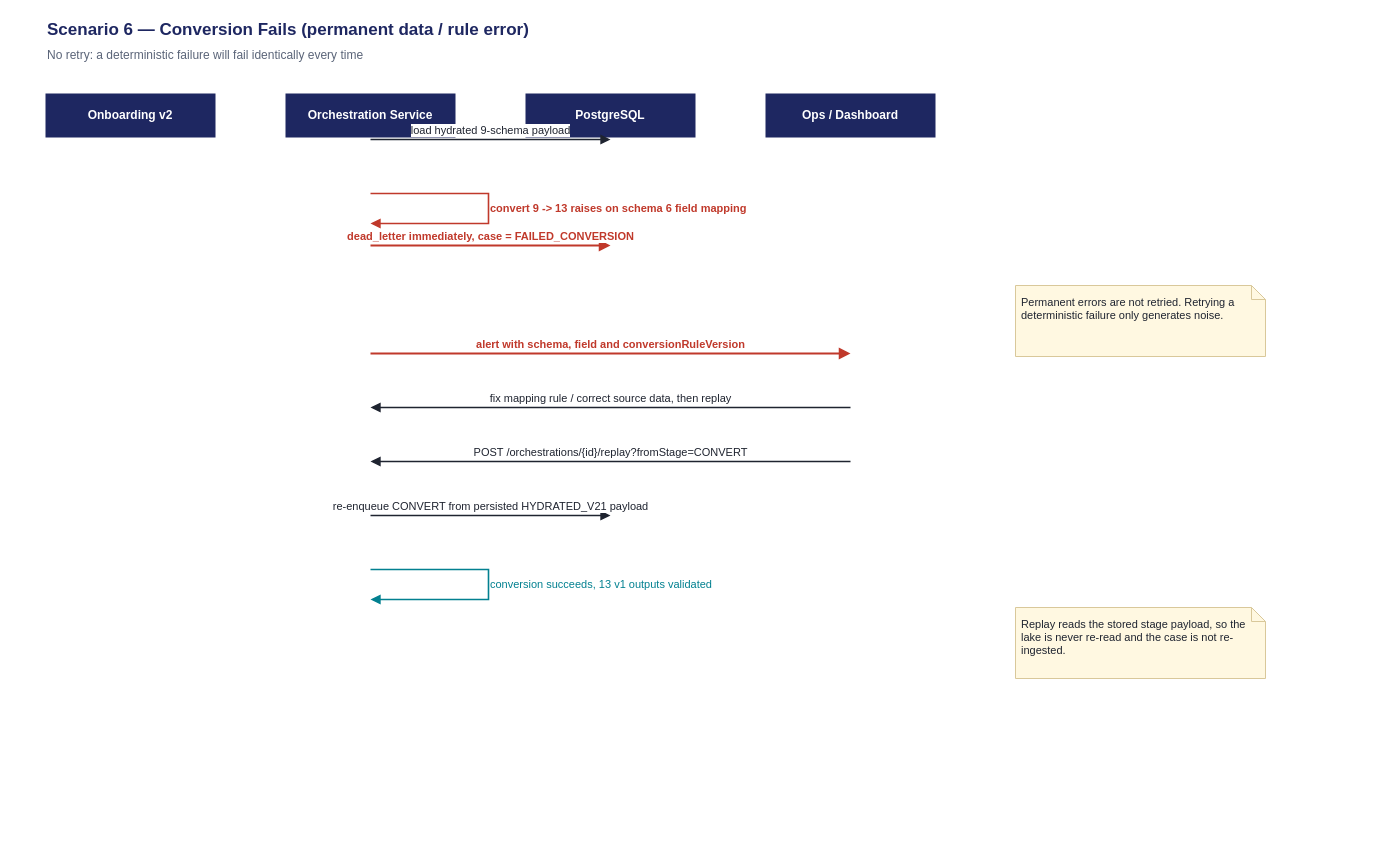
Above: page "6. Conversion failure" (6 of 14) of onboarding-orchestration-scenarios.drawio in raghavarapuprabhat/AIAGents (draw.io), before the change. Source tidied: cells renumbered, new cells numbered last; positions are measured from the earlier drawing's top-left corner, leaving out a move shared by most shapes. Both pictures are drawn from the tidied source at 100%, with x=0, y=0 at pixel (45, 17).
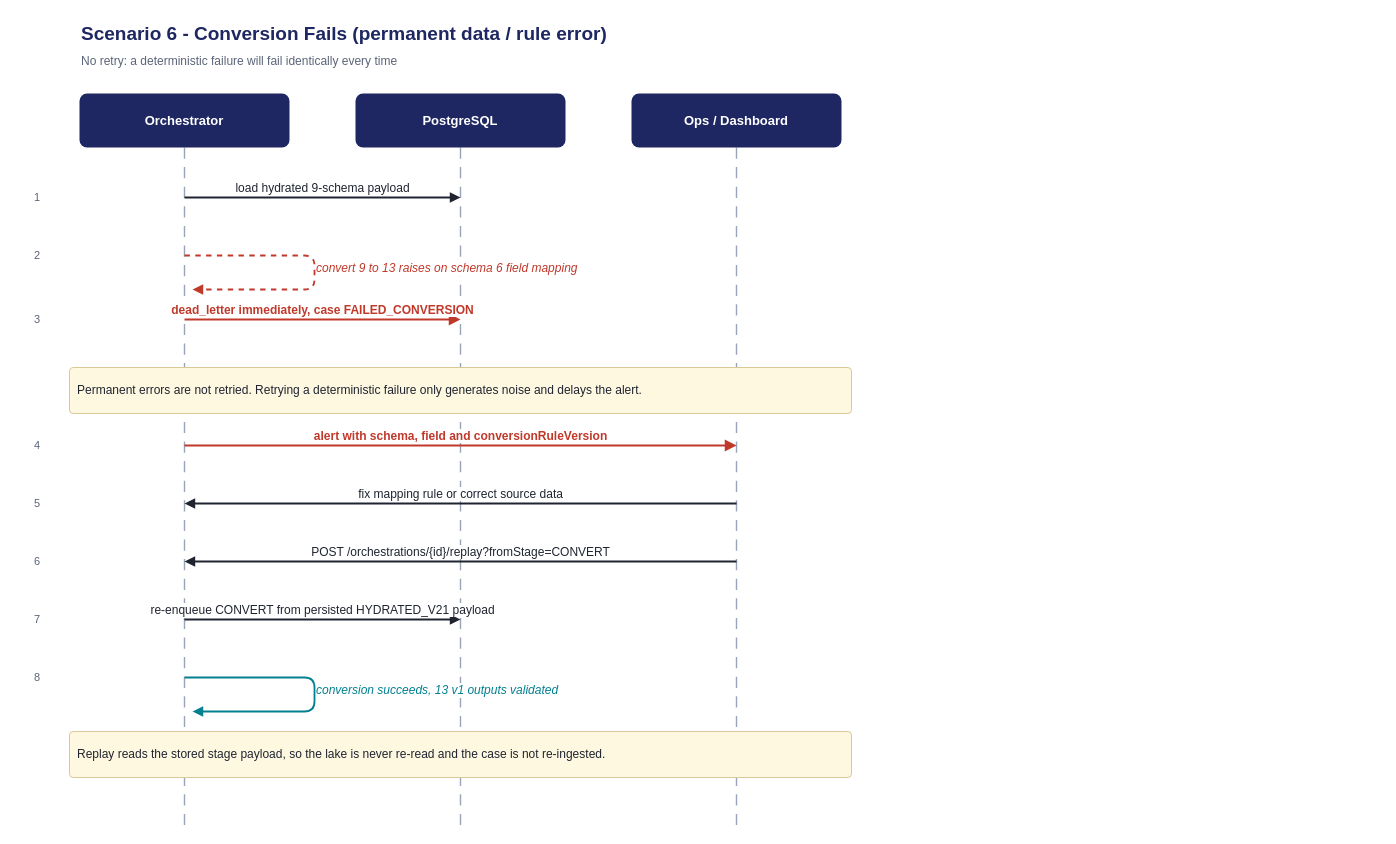
The same page after the edit.

Change to the diagram source:
```diff
@@
-    <mxCell id="2" value="Scenario 6 — Conversion Fails (permanent data / rule error)" style="text;html=1;strokeColor=none;fillColor=none;align=left;verticalAlign=middle;fontSize=17;fontStyle=1;fontColor=#1E2761;" parent="1" vertex="1">
-      <mxGeometry width="900" height="26" as="geometry" />
-    </mxCell>
+    <mxCell id="18" value="Scenario 6 - Conversion Fails (permanent data / rule error)" style="text;html=1;strokeColor=none;fillColor=none;align=left;verticalAlign=middle;fontSize=19;fontStyle=1;fontColor=#1E2761;" parent="1" vertex="1">
+      <mxGeometry x="34" y="4" width="1200" height="26" as="geometry" />
+    </mxCell>
     <mxCell id="3" value="No retry: a deterministic failure will fail identically every time" style="text;html=1;strokeColor=none;fillColor=none;align=left;verticalAlign=middle;fontSize=12;fontColor=#5A6478;" parent="1" vertex="1">
-      <mxGeometry y="28" width="1000" height="20" as="geometry" />
+      <mxGeometry x="34" y="34" width="1300" height="20" as="geometry" />
     </mxCell>
-    <mxCell id="4" value="Onboarding v2" style="shape=umlLifeline;perimeter=lifelinePerimeter;whiteSpace=wrap;html=1;size=44;fillColor=#1E2761;strokeColor=none;fontColor=#ffffff;fontSize=12;fontStyle=1;verticalAlign=middle;align=center;" parent="1" vertex="1">
-      <mxGeometry y="76" width="170" height="612" as="geometry" />
-    </mxCell>
-    <mxCell id="5" value="Orchestration Service" style="shape=umlLifeline;perimeter=lifelinePerimeter;whiteSpace=wrap;html=1;size=44;fillColor=#1E2761;strokeColor=none;fontColor=#ffffff;fontSize=12;fontStyle=1;verticalAlign=middle;align=center;" parent="1" vertex="1">
-      <mxGeometry x="240" y="76" width="170" height="612" as="geometry" />
-    </mxCell>
+    <mxCell id="19" style="endArrow=none;html=1;dashed=1;dashPattern=8 6;strokeWidth=1.4;strokeColor=#9AA4B8;" parent="1" edge="1">
+      <mxGeometry relative="1" as="geometry">
+        <mxPoint x="139" y="130" as="sourcePoint" />
+        <mxPoint x="139" y="808" as="targetPoint" />
+      </mxGeometry>
+    </mxCell>
+    <mxCell id="20" value="Orchestrator" style="rounded=1;arcSize=14;whiteSpace=wrap;html=1;fillColor=#1E2761;strokeColor=none;fontColor=#ffffff;fontSize=13;fontStyle=1;verticalAlign=middle;align=center;" parent="1" vertex="1">
+      <mxGeometry x="34" y="76" width="210" height="54" as="geometry" />
+    </mxCell>
+    <mxCell id="21" style="endArrow=none;html=1;dashed=1;dashPattern=8 6;strokeWidth=1.4;strokeColor=#9AA4B8;" parent="1" edge="1">
+      <mxGeometry relative="1" as="geometry">
+        <mxPoint x="415" y="130" as="sourcePoint" />
+        <mxPoint x="415" y="808" as="targetPoint" />
+      </mxGeometry>
+    </mxCell>
-    <mxCell id="6" value="PostgreSQL" style="shape=umlLifeline;perimeter=lifelinePerimeter;whiteSpace=wrap;html=1;size=44;fillColor=#1E2761;strokeColor=none;fontColor=#ffffff;fontSize=12;fontStyle=1;verticalAlign=middle;align=center;" parent="1" vertex="1">
-      <mxGeometry x="480" y="76" width="170" height="612" as="geometry" />
+    <mxCell id="6" value="PostgreSQL" style="rounded=1;arcSize=14;whiteSpace=wrap;html=1;fillColor=#1E2761;strokeColor=none;fontColor=#ffffff;fontSize=13;fontStyle=1;verticalAlign=middle;align=center;" parent="1" vertex="1">
+      <mxGeometry x="310" y="76" width="210" height="54" as="geometry" />
     </mxCell>
+    <mxCell id="22" style="endArrow=none;html=1;dashed=1;dashPattern=8 6;strokeWidth=1.4;strokeColor=#9AA4B8;" parent="1" edge="1">
+      <mxGeometry relative="1" as="geometry">
+        <mxPoint x="691" y="130" as="sourcePoint" />
+        <mxPoint x="691" y="808" as="targetPoint" />
+      </mxGeometry>
+    </mxCell>
-    <mxCell id="7" value="Ops / Dashboard" style="shape=umlLifeline;perimeter=lifelinePerimeter;whiteSpace=wrap;html=1;size=44;fillColor=#1E2761;strokeColor=none;fontColor=#ffffff;fontSize=12;fontStyle=1;verticalAlign=middle;align=center;" parent="1" vertex="1">
-      <mxGeometry x="720" y="76" width="170" height="612" as="geometry" />
+    <mxCell id="7" value="Ops / Dashboard" style="rounded=1;arcSize=14;whiteSpace=wrap;html=1;fillColor=#1E2761;strokeColor=none;fontColor=#ffffff;fontSize=13;fontStyle=1;verticalAlign=middle;align=center;" parent="1" vertex="1">
+      <mxGeometry x="586" y="76" width="210" height="54" as="geometry" />
     </mxCell>
-    <mxCell id="8" value="load hydrated 9-schema payload" style="html=1;verticalAlign=bottom;align=center;fontSize=11;labelBackgroundColor=#ffffff;endArrow=block;endFill=1;strokeWidth=1.6;strokeColor=#1F2430;fontColor=#1F2430;" parent="1" edge="1">
+    <mxCell id="8" value="load hydrated 9-schema payload" style="html=1;endArrow=block;endFill=1;strokeWidth=1.8;strokeColor=#1F2430;fontColor=#1F2430;fontSize=12;labelBackgroundColor=#ffffff;verticalAlign=bottom;align=center;" parent="1" edge="1">
       <mxGeometry relative="1" as="geometry">
-        <mxPoint x="325" y="122" as="sourcePoint" />
-        <mxPoint x="565" y="122" as="targetPoint" />
+        <mxPoint x="139" y="180" as="sourcePoint" />
+        <mxPoint x="415" y="180" as="targetPoint" />
       </mxGeometry>
     </mxCell>
-    <mxCell id="9" value="convert 9 -&gt; 13 raises on schema 6 field mapping" style="edgeStyle=orthogonalEdgeStyle;rounded=0;html=1;endArrow=block;endFill=1;strokeWidth=1.6;strokeColor=#C0392B;fontColor=#C0392B;fontSize=11;fontStyle=1;labelBackgroundColor=#ffffff;align=left;verticalAlign=middle;" parent="1" edge="1">
-      <mxGeometry relative="1" as="geometry">
-        <mxPoint x="325" y="176" as="sourcePoint" />
-        <mxPoint x="325" y="206" as="targetPoint" />
-        <Array as="points">
-          <mxPoint x="443" y="176" />
-          <mxPoint x="443" y="206" />
-        </Array>
-      </mxGeometry>
-    </mxCell>
-    <mxCell id="10" value="dead_letter immediately, case = FAILED_CONVERSION" style="html=1;verticalAlign=bottom;align=center;fontSize=11;labelBackgroundColor=#ffffff;endArrow=block;endFill=1;strokeWidth=2.2;strokeColor=#C0392B;fontColor=#C0392B;fontStyle=1;" parent="1" edge="1">
-      <mxGeometry relative="1" as="geometry">
-        <mxPoint x="325" y="228" as="sourcePoint" />
-        <mxPoint x="565" y="228" as="targetPoint" />
-      </mxGeometry>
-    </mxCell>
-    <mxCell id="11" value="Permanent errors are not retried. Retrying a deterministic failure only generates noise." style="shape=note;whiteSpace=wrap;html=1;size=14;fontSize=11;align=left;verticalAlign=top;fillColor=#FFF8E1;strokeColor=#D9C89A;fontColor=#1F2430;spacing=6;" parent="1" vertex="1">
-      <mxGeometry x="970" y="268" width="250" height="71" as="geometry" />
-    </mxCell>
+    <mxCell id="23" value="1" style="text;html=1;strokeColor=none;fillColor=none;align=right;verticalAlign=middle;fontSize=11;fontColor=#5A6478;" parent="1" vertex="1">
+      <mxGeometry x="-28" y="170" width="24" height="20" as="geometry" />
+    </mxCell>
+    <mxCell id="24" value="convert 9 to 13 raises on schema 6 field mapping" style="edgeStyle=orthogonalEdgeStyle;rounded=1;html=1;endArrow=block;endFill=1;strokeWidth=1.8;strokeColor=#C0392B;fontColor=#C0392B;fontSize=12;fontStyle=2;labelBackgroundColor=#ffffff;align=left;verticalAlign=middle;dashed=1;" parent="1" edge="1">
+      <mxGeometry relative="1" as="geometry">
+        <mxPoint x="139" y="238" as="sourcePoint" />
+        <mxPoint x="147" y="272" as="targetPoint" />
+        <Array as="points">
+          <mxPoint x="269" y="238" />
+          <mxPoint x="269" y="272" />
+        </Array>
+      </mxGeometry>
+    </mxCell>
+    <mxCell id="25" value="2" style="text;html=1;strokeColor=none;fillColor=none;align=right;verticalAlign=middle;fontSize=11;fontColor=#5A6478;" parent="1" vertex="1">
+      <mxGeometry x="-28" y="228" width="24" height="20" as="geometry" />
+    </mxCell>
+    <mxCell id="26" value="dead_letter immediately, case FAILED_CONVERSION" style="html=1;endArrow=block;endFill=1;strokeWidth=2.2;strokeColor=#C0392B;fontColor=#C0392B;fontSize=12;fontStyle=1;labelBackgroundColor=#ffffff;verticalAlign=bottom;align=center;" parent="1" edge="1">
+      <mxGeometry relative="1" as="geometry">
+        <mxPoint x="139" y="302" as="sourcePoint" />
+        <mxPoint x="415" y="302" as="targetPoint" />
+      </mxGeometry>
+    </mxCell>
+    <mxCell id="27" value="3" style="text;html=1;strokeColor=none;fillColor=none;align=right;verticalAlign=middle;fontSize=11;fontColor=#5A6478;" parent="1" vertex="1">
+      <mxGeometry x="-28" y="292" width="24" height="20" as="geometry" />
+    </mxCell>
+    <mxCell id="28" value="Permanent errors are not retried. Retrying a deterministic failure only generates noise and delays the alert." style="rounded=1;arcSize=8;whiteSpace=wrap;html=1;fillColor=#FFF8E1;strokeColor=#D9C89A;fontSize=12;fontColor=#1F2430;align=left;verticalAlign=middle;spacing=8;" parent="1" vertex="1">
+      <mxGeometry x="24" y="350" width="782" height="46" as="geometry" />
+    </mxCell>
-    <mxCell id="12" value="alert with schema, field and conversionRuleVersion" style="html=1;verticalAlign=bottom;align=center;fontSize=11;labelBackgroundColor=#ffffff;endArrow=block;endFill=1;strokeWidth=2.2;strokeColor=#C0392B;fontColor=#C0392B;fontStyle=1;" parent="1" edge="1">
+    <mxCell id="12" value="alert with schema, field and conversionRuleVersion" style="html=1;endArrow=block;endFill=1;strokeWidth=2.2;strokeColor=#C0392B;fontColor=#C0392B;fontSize=12;fontStyle=1;labelBackgroundColor=#ffffff;verticalAlign=bottom;align=center;" parent="1" edge="1">
       <mxGeometry relative="1" as="geometry">
-        <mxPoint x="325" y="336" as="sourcePoint" />
-        <mxPoint x="805" y="336" as="targetPoint" />
+        <mxPoint x="139" y="428" as="sourcePoint" />
+        <mxPoint x="691" y="428" as="targetPoint" />
       </mxGeometry>
     </mxCell>
-    <mxCell id="13" value="fix mapping rule / correct source data, then replay" style="html=1;verticalAlign=bottom;align=center;fontSize=11;labelBackgroundColor=#ffffff;endArrow=block;endFill=1;strokeWidth=1.6;strokeColor=#1F2430;fontColor=#1F2430;" parent="1" edge="1">
-      <mxGeometry relative="1" as="geometry">
-        <mxPoint x="805" y="390" as="sourcePoint" />
-        <mxPoint x="325" y="390" as="targetPoint" />
-      </mxGeometry>
-    </mxCell>
+    <mxCell id="29" value="4" style="text;html=1;strokeColor=none;fillColor=none;align=right;verticalAlign=middle;fontSize=11;fontColor=#5A6478;" parent="1" vertex="1">
+      <mxGeometry x="-28" y="418" width="24" height="20" as="geometry" />
+    </mxCell>
+    <mxCell id="30" value="fix mapping rule or correct source data" style="html=1;endArrow=block;endFill=1;strokeWidth=1.8;strokeColor=#1F2430;fontColor=#1F2430;fontSize=12;labelBackgroundColor=#ffffff;verticalAlign=bottom;align=center;" parent="1" edge="1">
+      <mxGeometry relative="1" as="geometry">
+        <mxPoint x="691" y="486" as="sourcePoint" />
+        <mxPoint x="139" y="486" as="targetPoint" />
+      </mxGeometry>
+    </mxCell>
+    <mxCell id="31" value="5" style="text;html=1;strokeColor=none;fillColor=none;align=right;verticalAlign=middle;fontSize=11;fontColor=#5A6478;" parent="1" vertex="1">
+      <mxGeometry x="-28" y="476" width="24" height="20" as="geometry" />
+    </mxCell>
-    <mxCell id="14" value="POST /orchestrations/{id}/replay?fromStage=CONVERT" style="html=1;verticalAlign=bottom;align=center;fontSize=11;labelBackgroundColor=#ffffff;endArrow=block;endFill=1;strokeWidth=1.6;strokeColor=#1F2430;fontColor=#1F2430;" parent="1" edge="1">
+    <mxCell id="14" value="POST /orchestrations/{id}/replay?fromStage=CONVERT" style="html=1;endArrow=block;endFill=1;strokeWidth=1.8;strokeColor=#1F2430;fontColor=#1F2430;fontSize=12;labelBackgroundColor=#ffffff;verticalAlign=bottom;align=center;" parent="1" edge="1">
       <mxGeometry relative="1" as="geometry">
-        <mxPoint x="805" y="444" as="sourcePoint" />
-        <mxPoint x="325" y="444" as="targetPoint" />
+        <mxPoint x="691" y="544" as="sourcePoint" />
+        <mxPoint x="139" y="544" as="targetPoint" />
       </mxGeometry>
     </mxCell>
+    <mxCell id="32" value="6" style="text;html=1;strokeColor=none;fillColor=none;align=right;verticalAlign=middle;fontSize=11;fontColor=#5A6478;" parent="1" vertex="1">
+      <mxGeometry x="-28" y="534" width="24" height="20" as="geometry" />
+    </mxCell>
-    <mxCell id="15" value="re-enqueue CONVERT from persisted HYDRATED_V21 payload" style="html=1;verticalAlign=bottom;align=center;fontSize=11;labelBackgroundColor=#ffffff;endArrow=block;endFill=1;strokeWidth=1.6;strokeColor=#1F2430;fontColor=#1F2430;" parent="1" edge="1">
+    <mxCell id="15" value="re-enqueue CONVERT from persisted HYDRATED_V21 payload" style="html=1;endArrow=block;endFill=1;strokeWidth=1.8;strokeColor=#1F2430;fontColor=#1F2430;fontSize=12;labelBackgroundColor=#ffffff;verticalAlign=bottom;align=center;" parent="1" edge="1">
       <mxGeometry relative="1" as="geometry">
-        <mxPoint x="325" y="498" as="sourcePoint" />
-        <mxPoint x="565" y="498" as="targetPoint" />
+        <mxPoint x="139" y="602" as="sourcePoint" />
+        <mxPoint x="415" y="602" as="targetPoint" />
       </mxGeometry>
     </mxCell>
+    <mxCell id="33" value="7" style="text;html=1;strokeColor=none;fillColor=none;align=right;verticalAlign=middle;fontSize=11;fontColor=#5A6478;" parent="1" vertex="1">
+      <mxGeometry x="-28" y="592" width="24" height="20" as="geometry" />
+    </mxCell>
-    <mxCell id="16" value="conversion succeeds, 13 v1 outputs validated" style="edgeStyle=orthogonalEdgeStyle;rounded=0;html=1;endArrow=block;endFill=1;strokeWidth=1.6;strokeColor=#028090;fontColor=#028090;fontSize=11;labelBackgroundColor=#ffffff;align=left;verticalAlign=middle;" parent="1" edge="1">
+    <mxCell id="16" value="conversion succeeds, 13 v1 outputs validated" style="edgeStyle=orthogonalEdgeStyle;rounded=1;html=1;endArrow=block;endFill=1;strokeWidth=1.8;strokeColor=#028090;fontColor=#028090;fontSize=12;fontStyle=2;labelBackgroundColor=#ffffff;align=left;verticalAlign=middle;" parent="1" edge="1">
       <mxGeometry relative="1" as="geometry">
-        <mxPoint x="325" y="552" as="sourcePoint" />
-        <mxPoint x="325" y="582" as="targetPoint" />
+        <mxPoint x="139" y="660" as="sourcePoint" />
+        <mxPoint x="147" y="694" as="targetPoint" />
         <Array as="points">
-          <mxPoint x="443" y="552" />
-          <mxPoint x="443" y="582" />
+          <mxPoint x="269" y="660" />
+          <mxPoint x="269" y="694" />
         </Array>
       </mxGeometry>
     </mxCell>
+    <mxCell id="34" value="8" style="text;html=1;strokeColor=none;fillColor=none;align=right;verticalAlign=middle;fontSize=11;fontColor=#5A6478;" parent="1" vertex="1">
+      <mxGeometry x="-28" y="650" width="24" height="20" as="geometry" />
+    </mxCell>
-    <mxCell id="17" value="Replay reads the stored stage payload, so the lake is never re-read and the case is not re-ingested." style="shape=note;whiteSpace=wrap;html=1;size=14;fontSize=11;align=left;verticalAlign=top;fillColor=#FFF8E1;strokeColor=#D9C89A;fontColor=#1F2430;spacing=6;" parent="1" vertex="1">
-      <mxGeometry x="970" y="590" width="250" height="71" as="geometry" />
+    <mxCell id="17" value="Replay reads the stored stage payload, so the lake is never re-read and the case is not re-ingested." style="rounded=1;arcSize=8;whiteSpace=wrap;html=1;fillColor=#FFF8E1;strokeColor=#D9C89A;fontSize=12;fontColor=#1F2430;align=left;verticalAlign=middle;spacing=8;" parent="1" vertex="1">
+      <mxGeometry x="24" y="714" width="782" height="46" as="geometry" />
     </mxCell>
```
